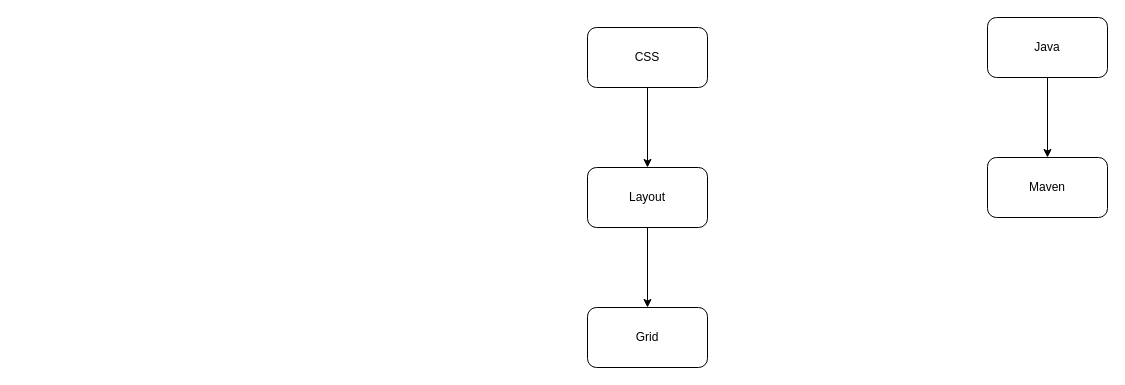
mengdage/project-diagram keeps this draw.io diagram as professionalSkills.drawio. Above is the earlier version. Source tidied: cells renumbered, new cells numbered last; positions are measured from the earlier drawing's top-left corner, leaving out a move shared by most shapes. Both pictures are drawn from the tidied source at 100%, with x=0, y=0 at pixel (587, 17).
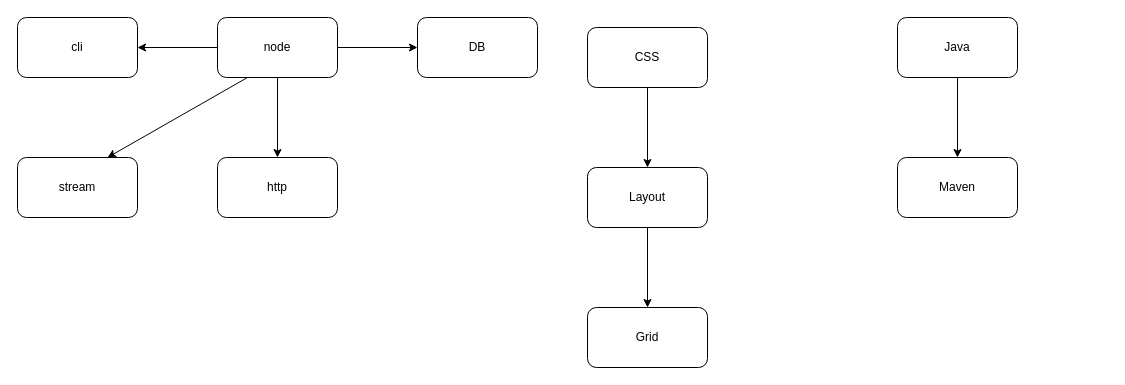
The same diagram, later.

The edit, as a diff of the source:
```diff
@@
 <mxGraphModel>
   <root>
     <mxCell id="0" />
     <mxCell id="1" parent="0" />
     <mxCell id="2" style="edgeStyle=orthogonalEdgeStyle;rounded=0;jettySize=auto;html=1;" parent="1" edge="1" source="3" target="5">
       <mxGeometry relative="1" as="geometry" />
     </mxCell>
     <mxCell id="3" value="CSS" style="rounded=1;whiteSpace=wrap;html=1;" parent="1" vertex="1">
       <mxGeometry y="10" width="120" height="60" as="geometry" />
     </mxCell>
     <mxCell id="4" style="edgeStyle=orthogonalEdgeStyle;rounded=0;jettySize=auto;html=1;" parent="1" edge="1" source="5" target="6">
       <mxGeometry relative="1" as="geometry" />
     </mxCell>
     <mxCell id="5" value="Layout" style="rounded=1;whiteSpace=wrap;html=1;" parent="1" vertex="1">
       <mxGeometry y="150" width="120" height="60" as="geometry" />
     </mxCell>
     <mxCell id="6" value="Grid" style="rounded=1;whiteSpace=wrap;html=1;" parent="1" vertex="1">
       <mxGeometry y="290" width="120" height="60" as="geometry" />
     </mxCell>
     <mxCell id="7" style="edgeStyle=orthogonalEdgeStyle;rounded=0;jettySize=auto;html=1;" parent="1" edge="1" source="8" target="9">
       <mxGeometry relative="1" as="geometry" />
     </mxCell>
     <mxCell id="8" value="Java" style="rounded=1;whiteSpace=wrap;html=1;" parent="1" vertex="1">
-      <mxGeometry x="400" width="120" height="60" as="geometry" />
+      <mxGeometry x="310" width="120" height="60" as="geometry" />
     </mxCell>
     <mxCell id="9" value="Maven" style="rounded=1;whiteSpace=wrap;html=1;" parent="1" vertex="1">
-      <mxGeometry x="400" y="140" width="120" height="60" as="geometry" />
+      <mxGeometry x="310" y="140" width="120" height="60" as="geometry" />
     </mxCell>
+    <mxCell id="10" style="edgeStyle=orthogonalEdgeStyle;rounded=0;jettySize=auto;html=1;" parent="1" edge="1" source="13" target="15">
+      <mxGeometry relative="1" as="geometry" />
+    </mxCell>
+    <mxCell id="11" style="edgeStyle=orthogonalEdgeStyle;rounded=0;jettySize=auto;html=1;" parent="1" edge="1" source="13" target="14">
+      <mxGeometry relative="1" as="geometry" />
+    </mxCell>
+    <mxCell id="12" style="edgeStyle=orthogonalEdgeStyle;rounded=0;jettySize=auto;html=1;" parent="1" edge="1" source="13" target="16">
+      <mxGeometry relative="1" as="geometry" />
+    </mxCell>
+    <mxCell id="13" value="node" style="rounded=1;whiteSpace=wrap;html=1;" parent="1" vertex="1">
+      <mxGeometry x="-370" width="120" height="60" as="geometry" />
+    </mxCell>
+    <mxCell id="14" value="DB" style="rounded=1;whiteSpace=wrap;html=1;" parent="1" vertex="1">
+      <mxGeometry x="-170" width="120" height="60" as="geometry" />
+    </mxCell>
+    <mxCell id="15" value="cli" style="rounded=1;whiteSpace=wrap;html=1;" parent="1" vertex="1">
+      <mxGeometry x="-570" width="120" height="60" as="geometry" />
+    </mxCell>
+    <mxCell id="16" value="http" style="rounded=1;whiteSpace=wrap;html=1;" parent="1" vertex="1">
+      <mxGeometry x="-370" y="140" width="120" height="60" as="geometry" />
+    </mxCell>
+    <mxCell id="17" value="stream" style="rounded=1;whiteSpace=wrap;html=1;" parent="1" vertex="1">
+      <mxGeometry x="-570" y="140" width="120" height="60" as="geometry" />
+    </mxCell>
+    <mxCell id="18" style="endArrow=classic;html=1;exitX=0.25;exitY=1;exitDx=0;exitDy=0;entryX=0.75;entryY=0;entryDx=0;entryDy=0;" parent="1" edge="1" source="13" target="17">
+      <mxGeometry relative="1" as="geometry" />
+    </mxCell>
   </root>
 </mxGraphModel>
```
